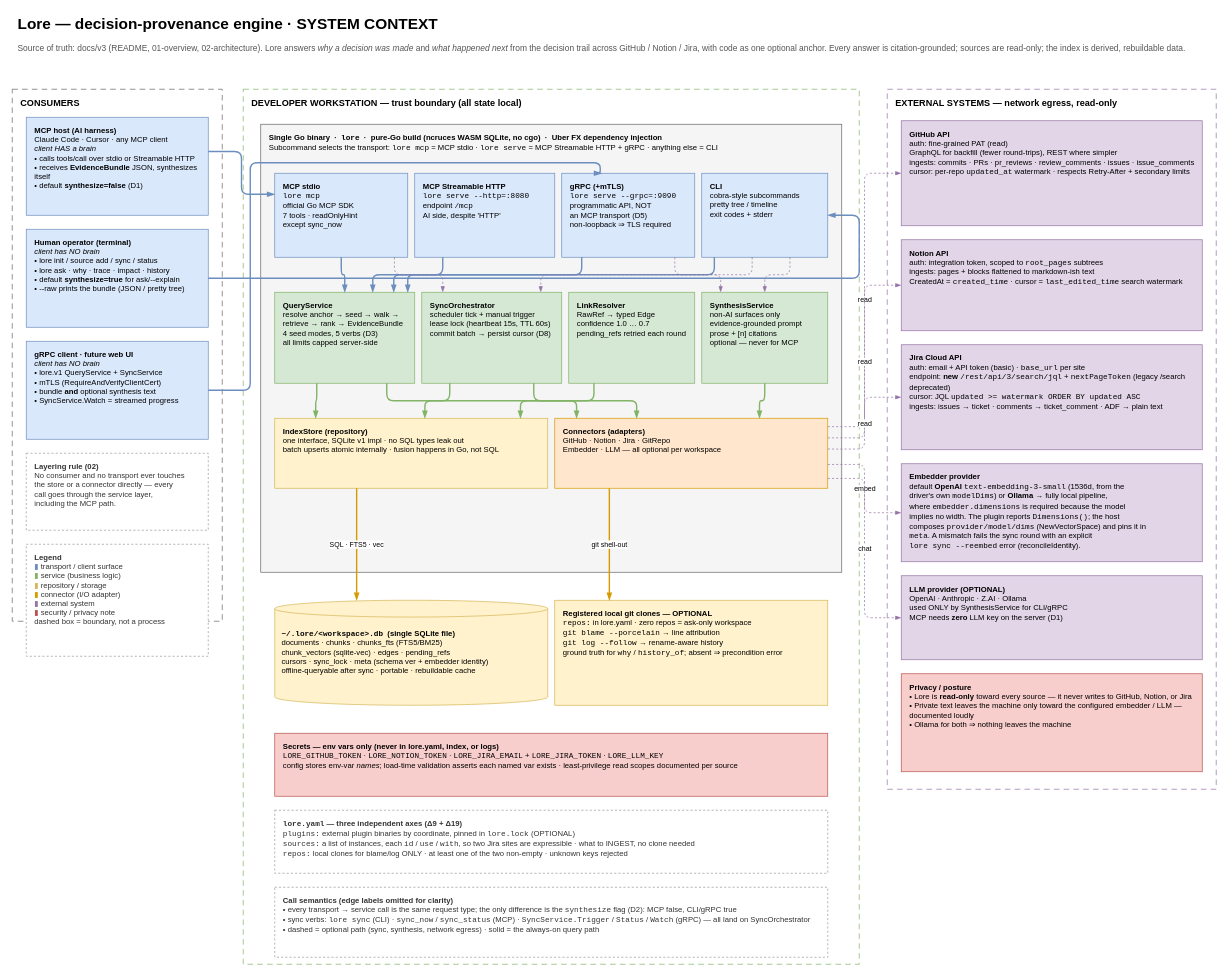
Above: page "1 · System Context" (1 of 11) of docs/v3/lore-system-design.drawio in setthasit/Lore (draw.io), before the change. Source tidied: cells renumbered, new cells numbered last; positions are measured from the earlier drawing's top-left corner, leaving out a move shared by most shapes. Both pictures are drawn from the tidied source at 70%, with x=0, y=0 at pixel (12, 12).
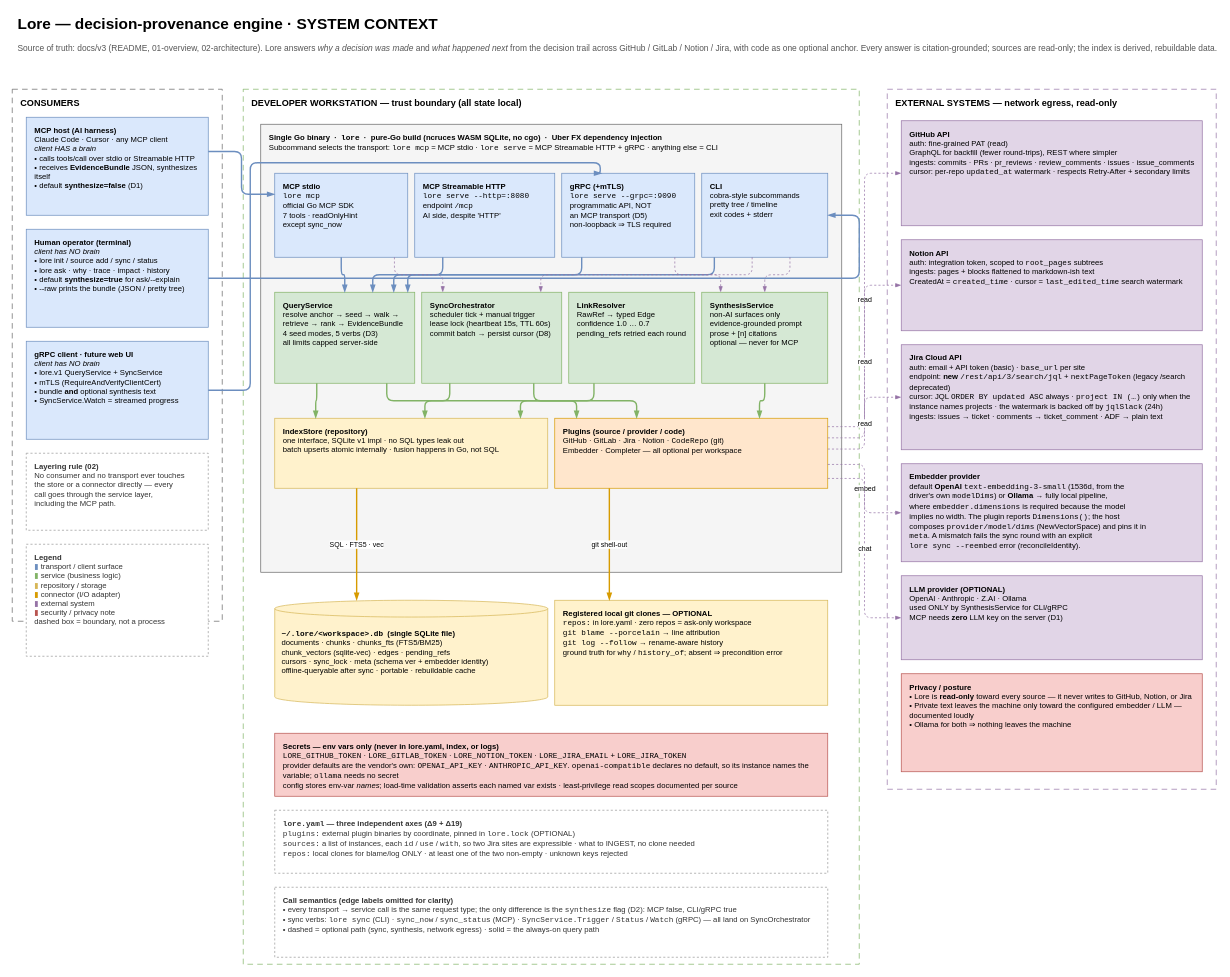
The same diagram, later.

Diff of the diagram source:
```diff
@@
-    <mxCell id="3" value="Source of truth: docs/v3 (README, 01-overview, 02-architecture). Lore answers &lt;i&gt;why a decision was made&lt;/i&gt; and &lt;i&gt;what happened next&lt;/i&gt; from the decision trail across GitHub / Notion / Jira, with code as one optional anchor. Every answer is citation-grounded; sources are read-only; the index is derived, rebuildable data." style="text;html=1;align=left;verticalAlign=top;fontSize=12;fontColor=#555555;spacingLeft=6;" parent="1" vertex="1">
+    <mxCell id="3" value="Source of truth: docs/v3 (README, 01-overview, 02-architecture). Lore answers &lt;i&gt;why a decision was made&lt;/i&gt; and &lt;i&gt;what happened next&lt;/i&gt; from the decision trail across GitHub / GitLab / Notion / Jira, with code as one optional anchor. Every answer is citation-grounded; sources are read-only; the index is derived, rebuildable data." style="text;html=1;align=left;verticalAlign=top;fontSize=12;fontColor=#555555;spacingLeft=6;" parent="1" vertex="1">
       <mxGeometry y="38" width="1220" height="52" as="geometry" />
     </mxCell>
@@
-    <mxCell id="22" value="&lt;b&gt;Connectors (adapters)&lt;/b&gt;&lt;br&gt;GitHub · Notion · Jira · GitRepo&lt;br&gt;Embedder · LLM — all optional per workspace" style="rounded=0;whiteSpace=wrap;html=1;align=left;verticalAlign=top;spacing=4;spacingLeft=8;spacingTop=4;fontSize=11;fillColor=#ffe6cc;strokeColor=#d79b00;" parent="1" vertex="1">
+    <mxCell id="22" value="&lt;b&gt;Plugins (source / provider / code)&lt;/b&gt;&lt;br&gt;GitHub · GitLab · Jira · Notion · &lt;font face='Courier New'&gt;CodeRepo&lt;/font&gt; (git)&lt;br&gt;Embedder · Completer — all optional per workspace" style="rounded=0;whiteSpace=wrap;html=1;align=left;verticalAlign=top;spacing=4;spacingLeft=8;spacingTop=4;fontSize=11;fillColor=#ffe6cc;strokeColor=#d79b00;" parent="1" vertex="1">
       <mxGeometry x="775" y="580" width="390" height="100" as="geometry" />
     </mxCell>
@@
-    <mxCell id="25" value="&lt;b&gt;Secrets — env vars only (never in lore.yaml, index, or logs)&lt;/b&gt;&lt;br&gt;&lt;font face='Courier New'&gt;LORE_GITHUB_TOKEN&lt;/font&gt; · &lt;font face='Courier New'&gt;LORE_NOTION_TOKEN&lt;/font&gt; · &lt;font face='Courier New'&gt;LORE_JIRA_EMAIL&lt;/font&gt; + &lt;font face='Courier New'&gt;LORE_JIRA_TOKEN&lt;/font&gt; · &lt;font face='Courier New'&gt;LORE_LLM_KEY&lt;/font&gt;&lt;br&gt;config stores env-var &lt;i&gt;names&lt;/i&gt;; load-time validation asserts each named var exists · least-privilege read scopes documented per source" style="rounded=0;whiteSpace=wrap;html=1;align=left;verticalAlign=top;spacing=4;spacingLeft=8;spacingTop=4;fontSize=11;fillColor=#f8cecc;strokeColor=#b85450;" parent="1" vertex="1">
+    <mxCell id="25" value="&lt;b&gt;Secrets — env vars only (never in lore.yaml, index, or logs)&lt;/b&gt;&lt;br&gt;&lt;font face='Courier New'&gt;LORE_GITHUB_TOKEN&lt;/font&gt; · &lt;font face='Courier New'&gt;LORE_GITLAB_TOKEN&lt;/font&gt; · &lt;font face='Courier New'&gt;LORE_NOTION_TOKEN&lt;/font&gt; · &lt;font face='Courier New'&gt;LORE_JIRA_EMAIL&lt;/font&gt; + &lt;font face='Courier New'&gt;LORE_JIRA_TOKEN&lt;/font&gt;&lt;br&gt;provider defaults are the vendor's own: &lt;font face='Courier New'&gt;OPENAI_API_KEY&lt;/font&gt; · &lt;font face='Courier New'&gt;ANTHROPIC_API_KEY&lt;/font&gt;. &lt;font face='Courier New'&gt;openai-compatible&lt;/font&gt; declares no default, so its instance names the variable; &lt;font face='Courier New'&gt;ollama&lt;/font&gt; needs no secret&lt;br&gt;config stores env-var &lt;i&gt;names&lt;/i&gt;; load-time validation asserts each named var exists · least-privilege read scopes documented per source" style="rounded=0;whiteSpace=wrap;html=1;align=left;verticalAlign=top;spacing=4;spacingLeft=8;spacingTop=4;fontSize=11;fillColor=#f8cecc;strokeColor=#b85450;" parent="1" vertex="1">
       <mxGeometry x="375" y="1030" width="790" height="90" as="geometry" />
     </mxCell>
@@
-    <mxCell id="29" value="&lt;b&gt;Jira Cloud API&lt;/b&gt;&lt;br&gt;auth: email + API token (basic) · &lt;font face='Courier New'&gt;base_url&lt;/font&gt; per site&lt;br&gt;endpoint: &lt;b&gt;new&lt;/b&gt; &lt;font face='Courier New'&gt;/rest/api/3/search/jql&lt;/font&gt; + &lt;font face='Courier New'&gt;nextPageToken&lt;/font&gt; (legacy /search deprecated)&lt;br&gt;cursor: JQL &lt;font face='Courier New'&gt;updated &amp;gt;= watermark ORDER BY updated ASC&lt;/font&gt;&lt;br&gt;ingests: issues → ticket · comments → ticket_comment · ADF → plain text" style="rounded=0;whiteSpace=wrap;html=1;align=left;verticalAlign=top;spacing=4;spacingLeft=8;spacingTop=4;fontSize=11;fillColor=#e1d5e7;strokeColor=#9673a6;" parent="1" vertex="1">
+    <mxCell id="29" value="&lt;b&gt;Jira Cloud API&lt;/b&gt;&lt;br&gt;auth: email + API token (basic) · &lt;font face='Courier New'&gt;base_url&lt;/font&gt; per site&lt;br&gt;endpoint: &lt;b&gt;new&lt;/b&gt; &lt;font face='Courier New'&gt;/rest/api/3/search/jql&lt;/font&gt; + &lt;font face='Courier New'&gt;nextPageToken&lt;/font&gt; (legacy /search deprecated)&lt;br&gt;cursor: JQL &lt;font face='Courier New'&gt;ORDER BY updated ASC&lt;/font&gt; always · &lt;font face='Courier New'&gt;project IN (…)&lt;/font&gt; only when the&lt;br&gt;instance names projects · the watermark is backed off by &lt;font face='Courier New'&gt;jqlSlack&lt;/font&gt; (24h)&lt;br&gt;ingests: issues → ticket · comments → ticket_comment · ADF → plain text" style="rounded=0;whiteSpace=wrap;html=1;align=left;verticalAlign=top;spacing=4;spacingLeft=8;spacingTop=4;fontSize=11;fillColor=#e1d5e7;strokeColor=#9673a6;" parent="1" vertex="1">
       <mxGeometry x="1270" y="475" width="430" height="150" as="geometry" />
     </mxCell>
```
